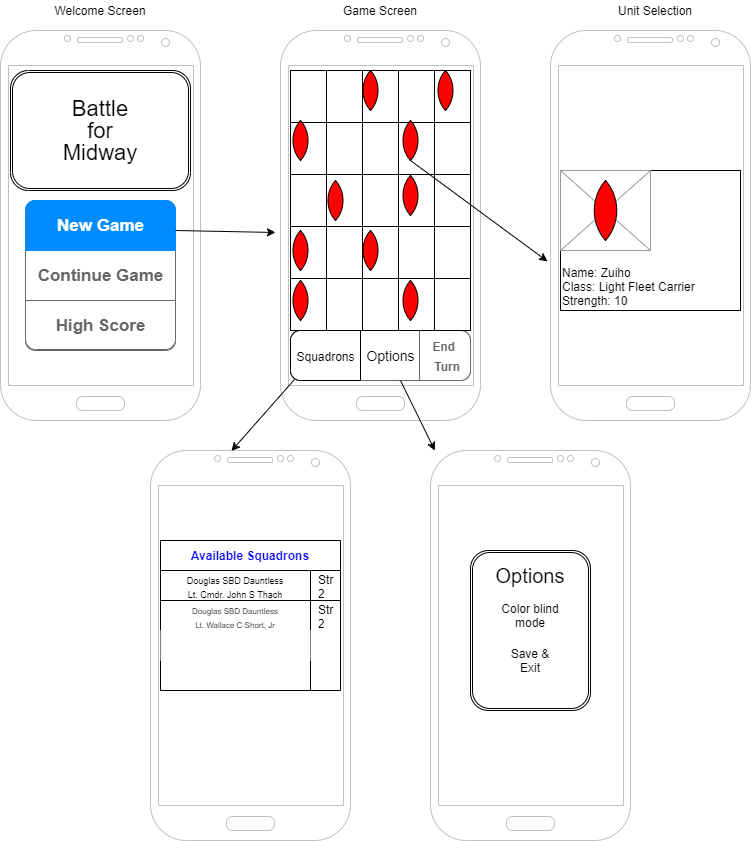
Before: docs/img/proposalPng.png, a diagram exported from draw.io (rfrech/battle-for-midway). Source tidied: cells renumbered, new cells last; positions are measured from the earlier drawing's top-left corner, leaving out a move shared by most shapes. Source of this version:
```xml
<mxGraphModel>
  <root>
    <mxCell id="0" />
    <mxCell id="1" parent="0" />
    <mxCell id="2" style="verticalLabelPosition=bottom;verticalAlign=top;html=1;shadow=0;dashed=0;strokeWidth=1;shape=mxgraph.android.phone2;strokeColor=#c0c0c0;" parent="1" vertex="1">
      <mxGeometry x="280" y="30" width="200" height="390" as="geometry" />
    </mxCell>
    <mxCell id="3" style="strokeWidth=1;shadow=0;dashed=0;align=center;html=1;shape=mxgraph.mockup.rrect;rSize=10;fillColor=#ffffff;strokeColor=#666666;" parent="1" vertex="1">
      <mxGeometry x="290" y="330" width="180" height="50" as="geometry" />
    </mxCell>
    <mxCell id="4" value="&lt;font style=&quot;font-size: 14px ; font-weight: normal&quot; color=&quot;#000000&quot;&gt;Options&lt;/font&gt;" style="strokeColor=inherit;fillColor=inherit;gradientColor=inherit;strokeWidth=1;shadow=0;dashed=0;align=center;html=1;shape=mxgraph.mockup.rrect;rSize=0;fontSize=17;fontColor=#666666;fontStyle=1;" parent="3" vertex="1">
      <mxGeometry width="60" height="50" relative="1" as="geometry">
        <mxPoint x="70" as="offset" />
      </mxGeometry>
    </mxCell>
    <mxCell id="5" value="&lt;font style=&quot;font-size: 12px&quot;&gt;End&amp;nbsp;&lt;br&gt;&amp;nbsp;Turn&lt;/font&gt;" style="strokeColor=inherit;fillColor=inherit;gradientColor=inherit;strokeWidth=1;shadow=0;dashed=0;align=center;html=1;shape=mxgraph.mockup.rightButton;rSize=10;fontSize=17;fontColor=#666666;fontStyle=1;" parent="3" vertex="1">
      <mxGeometry x="1" width="51" height="50" relative="1" as="geometry">
        <mxPoint x="-51" as="offset" />
      </mxGeometry>
    </mxCell>
    <mxCell id="6" value="&lt;font style=&quot;font-size: 12px ; font-weight: normal&quot;&gt;Squadrons&lt;/font&gt;" style="strokeWidth=1;shadow=0;dashed=0;align=center;html=1;shape=mxgraph.mockup.leftButton;rSize=10;fontSize=17;fontStyle=1;" parent="3" vertex="1">
      <mxGeometry width="70" height="50" relative="1" as="geometry" />
    </mxCell>
    <mxCell id="7" style="endArrow=classic;html=1;" parent="3" edge="1" target="54">
      <mxGeometry relative="1" as="geometry">
        <mxPoint x="110" y="50" as="sourcePoint" />
      </mxGeometry>
    </mxCell>
    <mxCell id="8" value="&lt;font style=&quot;font-size: 12px&quot;&gt;Name: Zuiho&lt;br&gt;Class: Light Fleet Carrier&lt;br&gt;Strength: 10&lt;/font&gt;" style="whiteSpace=wrap;html=1;align=left;fontFamily=Helvetica;verticalAlign=bottom;" parent="1" vertex="1">
      <mxGeometry x="560" y="170" width="180" height="140" as="geometry" />
    </mxCell>
    <mxCell id="9" style="verticalLabelPosition=bottom;shadow=0;dashed=0;align=center;html=1;verticalAlign=top;strokeWidth=1;shape=mxgraph.mockup.graphics.simpleIcon;strokeColor=#999999;" parent="1" vertex="1">
      <mxGeometry x="560" y="170" width="90" height="80" as="geometry" />
    </mxCell>
    <mxCell id="10" style="verticalLabelPosition=bottom;verticalAlign=top;html=1;shadow=0;dashed=0;strokeWidth=1;shape=mxgraph.android.phone2;strokeColor=#c0c0c0;" parent="1" vertex="1">
      <mxGeometry x="550" y="30" width="200" height="390" as="geometry" />
    </mxCell>
    <mxCell id="11" style="verticalLabelPosition=bottom;verticalAlign=top;html=1;shadow=0;dashed=0;strokeWidth=1;shape=mxgraph.android.phone2;strokeColor=#c0c0c0;" parent="1" vertex="1">
      <mxGeometry y="30" width="200" height="390" as="geometry" />
    </mxCell>
    <mxCell id="12" style="strokeWidth=1;shadow=0;dashed=0;align=center;html=1;shape=mxgraph.mockup.rrect;rSize=10;strokeColor=#666666;" parent="1" vertex="1">
      <mxGeometry x="25" y="200" width="150" height="150" as="geometry" />
    </mxCell>
    <mxCell id="13" value="Continue Game" style="strokeColor=inherit;fillColor=inherit;gradientColor=inherit;strokeWidth=1;shadow=0;dashed=0;align=center;html=1;shape=mxgraph.mockup.rrect;rSize=0;fontSize=17;fontColor=#666666;fontStyle=1;" parent="12" vertex="1">
      <mxGeometry width="150" height="50" relative="1" as="geometry">
        <mxPoint y="50" as="offset" />
      </mxGeometry>
    </mxCell>
    <mxCell id="14" value="High Score" style="strokeColor=inherit;fillColor=inherit;gradientColor=inherit;strokeWidth=1;shadow=0;dashed=0;align=center;html=1;shape=mxgraph.mockup.bottomButton;rSize=10;fontSize=17;fontColor=#666666;fontStyle=1;" parent="12" vertex="1">
      <mxGeometry y="1" width="150" height="49" relative="1" as="geometry">
        <mxPoint y="-50" as="offset" />
      </mxGeometry>
    </mxCell>
    <mxCell id="15" value="New Game" style="strokeWidth=1;shadow=0;dashed=0;align=center;html=1;shape=mxgraph.mockup.topButton;rSize=10;fontSize=17;fontColor=#ffffff;fontStyle=1;fillColor=#008cff;strokeColor=#008cff;" parent="12" vertex="1">
      <mxGeometry width="150" height="50" relative="1" as="geometry" />
    </mxCell>
    <mxCell id="16" value="&lt;p style=&quot;line-height: 100% ; font-size: 22px&quot;&gt;Battle&lt;br&gt;for&lt;br&gt;Midway&lt;/p&gt;" style="shape=ext;double=1;rounded=1;whiteSpace=wrap;html=1;direction=south;" parent="1" vertex="1">
      <mxGeometry x="10" y="70" width="180" height="120" as="geometry" />
    </mxCell>
    <mxCell id="17" style="shape=table;html=1;whiteSpace=wrap;startSize=0;" parent="1" vertex="1">
      <mxGeometry x="290" y="70" width="180" height="260" as="geometry" />
    </mxCell>
    <mxCell id="18" style="shape=partialRectangle;html=1;whiteSpace=wrap;fillColor=none;top=0;left=0;bottom=0;right=0;" parent="17" vertex="1">
      <mxGeometry width="180" height="52" as="geometry" />
    </mxCell>
    <mxCell id="19" style="shape=partialRectangle;html=1;whiteSpace=wrap;overflow=hidden;fillColor=none;top=0;left=0;bottom=0;right=0;" parent="18" vertex="1">
      <mxGeometry width="36" height="52" as="geometry" />
    </mxCell>
    <mxCell id="20" style="shape=partialRectangle;html=1;whiteSpace=wrap;overflow=hidden;fillColor=none;top=0;left=0;bottom=0;right=0;" parent="18" vertex="1">
      <mxGeometry x="36" width="36" height="52" as="geometry" />
    </mxCell>
    <mxCell id="21" style="shape=partialRectangle;html=1;whiteSpace=wrap;overflow=hidden;fillColor=none;top=0;left=0;bottom=0;right=0;" parent="18" vertex="1">
      <mxGeometry x="72" width="36" height="52" as="geometry" />
    </mxCell>
    <mxCell id="22" style="shape=partialRectangle;html=1;whiteSpace=wrap;overflow=hidden;fillColor=none;top=0;left=0;bottom=0;right=0;" parent="18" vertex="1">
      <mxGeometry x="108" width="36" height="52" as="geometry" />
    </mxCell>
    <mxCell id="23" style="shape=partialRectangle;html=1;whiteSpace=wrap;overflow=hidden;fillColor=none;top=0;left=0;bottom=0;right=0;" parent="18" vertex="1">
      <mxGeometry x="144" width="36" height="52" as="geometry" />
    </mxCell>
    <mxCell id="24" style="shape=partialRectangle;html=1;whiteSpace=wrap;fillColor=none;top=0;left=0;bottom=0;right=0;" parent="17" vertex="1">
      <mxGeometry y="52" width="180" height="52" as="geometry" />
    </mxCell>
    <mxCell id="25" style="shape=partialRectangle;html=1;whiteSpace=wrap;overflow=hidden;fillColor=none;top=0;left=0;bottom=0;right=0;" parent="24" vertex="1">
      <mxGeometry width="36" height="52" as="geometry" />
    </mxCell>
    <mxCell id="26" style="shape=partialRectangle;html=1;whiteSpace=wrap;overflow=hidden;fillColor=none;top=0;left=0;bottom=0;right=0;" parent="24" vertex="1">
      <mxGeometry x="36" width="36" height="52" as="geometry" />
    </mxCell>
    <mxCell id="27" style="shape=partialRectangle;html=1;whiteSpace=wrap;overflow=hidden;fillColor=none;top=0;left=0;bottom=0;right=0;" parent="24" vertex="1">
      <mxGeometry x="72" width="36" height="52" as="geometry" />
    </mxCell>
    <mxCell id="28" style="shape=partialRectangle;html=1;whiteSpace=wrap;overflow=hidden;fillColor=none;top=0;left=0;bottom=0;right=0;" parent="24" vertex="1">
      <mxGeometry x="108" width="36" height="52" as="geometry" />
    </mxCell>
    <mxCell id="29" style="shape=partialRectangle;html=1;whiteSpace=wrap;overflow=hidden;fillColor=none;top=0;left=0;bottom=0;right=0;" parent="24" vertex="1">
      <mxGeometry x="144" width="36" height="52" as="geometry" />
    </mxCell>
    <mxCell id="30" style="shape=partialRectangle;html=1;whiteSpace=wrap;fillColor=none;top=0;left=0;bottom=0;right=0;" parent="17" vertex="1">
      <mxGeometry y="104" width="180" height="52" as="geometry" />
    </mxCell>
    <mxCell id="31" style="shape=partialRectangle;html=1;whiteSpace=wrap;overflow=hidden;fillColor=none;top=0;left=0;bottom=0;right=0;" parent="30" vertex="1">
      <mxGeometry width="36" height="52" as="geometry" />
    </mxCell>
    <mxCell id="32" style="shape=partialRectangle;html=1;whiteSpace=wrap;overflow=hidden;fillColor=none;top=0;left=0;bottom=0;right=0;" parent="30" vertex="1">
      <mxGeometry x="36" width="36" height="52" as="geometry" />
    </mxCell>
    <mxCell id="33" style="shape=partialRectangle;html=1;whiteSpace=wrap;overflow=hidden;fillColor=none;top=0;left=0;bottom=0;right=0;" parent="30" vertex="1">
      <mxGeometry x="72" width="36" height="52" as="geometry" />
    </mxCell>
    <mxCell id="34" style="shape=partialRectangle;html=1;whiteSpace=wrap;overflow=hidden;fillColor=none;top=0;left=0;bottom=0;right=0;" parent="30" vertex="1">
      <mxGeometry x="108" width="36" height="52" as="geometry" />
    </mxCell>
    <mxCell id="35" style="shape=partialRectangle;html=1;whiteSpace=wrap;overflow=hidden;fillColor=none;top=0;left=0;bottom=0;right=0;" parent="30" vertex="1">
      <mxGeometry x="144" width="36" height="52" as="geometry" />
    </mxCell>
    <mxCell id="36" style="shape=partialRectangle;html=1;whiteSpace=wrap;fillColor=none;top=0;left=0;bottom=0;right=0;" parent="17" vertex="1">
      <mxGeometry y="156" width="180" height="52" as="geometry" />
    </mxCell>
    <mxCell id="37" style="shape=partialRectangle;html=1;whiteSpace=wrap;overflow=hidden;fillColor=none;top=0;left=0;bottom=0;right=0;" parent="36" vertex="1">
      <mxGeometry width="36" height="52" as="geometry" />
    </mxCell>
    <mxCell id="38" style="shape=partialRectangle;html=1;whiteSpace=wrap;overflow=hidden;fillColor=none;top=0;left=0;bottom=0;right=0;" parent="36" vertex="1">
      <mxGeometry x="36" width="36" height="52" as="geometry" />
    </mxCell>
    <mxCell id="39" style="shape=partialRectangle;html=1;whiteSpace=wrap;overflow=hidden;fillColor=none;top=0;left=0;bottom=0;right=0;" parent="36" vertex="1">
      <mxGeometry x="72" width="36" height="52" as="geometry" />
    </mxCell>
    <mxCell id="40" style="shape=partialRectangle;html=1;whiteSpace=wrap;overflow=hidden;fillColor=none;top=0;left=0;bottom=0;right=0;" parent="36" vertex="1">
      <mxGeometry x="108" width="36" height="52" as="geometry" />
    </mxCell>
    <mxCell id="41" style="shape=partialRectangle;html=1;whiteSpace=wrap;overflow=hidden;fillColor=none;top=0;left=0;bottom=0;right=0;" parent="36" vertex="1">
      <mxGeometry x="144" width="36" height="52" as="geometry" />
    </mxCell>
    <mxCell id="42" style="shape=partialRectangle;html=1;whiteSpace=wrap;fillColor=none;top=0;left=0;bottom=0;right=0;" parent="17" vertex="1">
      <mxGeometry y="208" width="180" height="52" as="geometry" />
    </mxCell>
    <mxCell id="43" style="shape=partialRectangle;html=1;whiteSpace=wrap;overflow=hidden;fillColor=none;top=0;left=0;bottom=0;right=0;" parent="42" vertex="1">
      <mxGeometry width="36" height="52" as="geometry" />
    </mxCell>
    <mxCell id="44" style="shape=partialRectangle;html=1;whiteSpace=wrap;overflow=hidden;fillColor=none;top=0;left=0;bottom=0;right=0;" parent="42" vertex="1">
      <mxGeometry x="36" width="36" height="52" as="geometry" />
    </mxCell>
    <mxCell id="45" style="shape=partialRectangle;html=1;whiteSpace=wrap;overflow=hidden;fillColor=none;top=0;left=0;bottom=0;right=0;" parent="42" vertex="1">
      <mxGeometry x="72" width="36" height="52" as="geometry" />
    </mxCell>
    <mxCell id="46" style="shape=partialRectangle;html=1;whiteSpace=wrap;overflow=hidden;fillColor=none;top=0;left=0;bottom=0;right=0;" parent="42" vertex="1">
      <mxGeometry x="108" width="36" height="52" as="geometry" />
    </mxCell>
    <mxCell id="47" style="shape=partialRectangle;html=1;whiteSpace=wrap;overflow=hidden;fillColor=none;top=0;left=0;bottom=0;right=0;" parent="42" vertex="1">
      <mxGeometry x="144" width="36" height="52" as="geometry" />
    </mxCell>
    <mxCell id="48" style="endArrow=classic;html=1;" parent="1" edge="1">
      <mxGeometry relative="1" as="geometry">
        <mxPoint x="175" y="230" as="sourcePoint" />
        <mxPoint x="275" y="232" as="targetPoint" />
      </mxGeometry>
    </mxCell>
    <mxCell id="49" value="Welcome Screen" style="text;html=1;strokeColor=none;fillColor=none;align=center;verticalAlign=middle;whiteSpace=wrap;rounded=0;" parent="1" vertex="1">
      <mxGeometry x="50" width="100" height="20" as="geometry" />
    </mxCell>
    <mxCell id="50" value="Game Screen" style="text;html=1;strokeColor=none;fillColor=none;align=center;verticalAlign=middle;whiteSpace=wrap;rounded=0;" parent="1" vertex="1">
      <mxGeometry x="325" width="110" height="20" as="geometry" />
    </mxCell>
    <mxCell id="51" value="Unit Selection" style="text;html=1;strokeColor=none;fillColor=none;align=center;verticalAlign=middle;whiteSpace=wrap;rounded=0;" parent="1" vertex="1">
      <mxGeometry x="600" width="110" height="20" as="geometry" />
    </mxCell>
    <mxCell id="52" style="endArrow=classic;html=1;entryX=-0.015;entryY=0.592;entryDx=0;entryDy=0;entryPerimeter=0;" parent="1" edge="1" target="10">
      <mxGeometry relative="1" as="geometry">
        <mxPoint x="410" y="160" as="sourcePoint" />
      </mxGeometry>
    </mxCell>
    <mxCell id="53" style="verticalLabelPosition=bottom;verticalAlign=top;html=1;shadow=0;dashed=0;strokeWidth=1;shape=mxgraph.android.phone2;strokeColor=#c0c0c0;" parent="1" vertex="1">
      <mxGeometry x="150" y="450" width="200" height="390" as="geometry" />
    </mxCell>
    <mxCell id="54" style="verticalLabelPosition=bottom;verticalAlign=top;html=1;shadow=0;dashed=0;strokeWidth=1;shape=mxgraph.android.phone2;strokeColor=#c0c0c0;" parent="1" vertex="1">
      <mxGeometry x="430" y="450" width="200" height="390" as="geometry" />
    </mxCell>
    <mxCell id="55" style="whiteSpace=wrap;html=1;shape=mxgraph.basic.pointed_oval;labelBackgroundColor=#ffffff;fillColor=#FF0000;" parent="1" vertex="1">
      <mxGeometry x="400" y="120" width="20" height="40" as="geometry" />
    </mxCell>
    <mxCell id="56" style="whiteSpace=wrap;html=1;shape=mxgraph.basic.pointed_oval;labelBackgroundColor=#ffffff;fillColor=#FF0000;" parent="1" vertex="1">
      <mxGeometry x="435" y="70" width="20" height="40" as="geometry" />
    </mxCell>
    <mxCell id="57" style="whiteSpace=wrap;html=1;shape=mxgraph.basic.pointed_oval;labelBackgroundColor=#ffffff;fillColor=#FF0000;" parent="1" vertex="1">
      <mxGeometry x="400" y="175" width="20" height="40" as="geometry" />
    </mxCell>
    <mxCell id="58" style="whiteSpace=wrap;html=1;shape=mxgraph.basic.pointed_oval;labelBackgroundColor=#ffffff;fillColor=#FF0000;" parent="1" vertex="1">
      <mxGeometry x="400" y="280" width="20" height="40" as="geometry" />
    </mxCell>
    <mxCell id="59" style="whiteSpace=wrap;html=1;shape=mxgraph.basic.pointed_oval;labelBackgroundColor=#ffffff;fillColor=#FF0000;" parent="1" vertex="1">
      <mxGeometry x="325" y="180" width="20" height="40" as="geometry" />
    </mxCell>
    <mxCell id="60" style="whiteSpace=wrap;html=1;shape=mxgraph.basic.pointed_oval;labelBackgroundColor=#ffffff;fillColor=#FF0000;" parent="1" vertex="1">
      <mxGeometry x="360" y="230" width="20" height="40" as="geometry" />
    </mxCell>
    <mxCell id="61" style="whiteSpace=wrap;html=1;shape=mxgraph.basic.pointed_oval;labelBackgroundColor=#ffffff;fillColor=#FF0000;" parent="1" vertex="1">
      <mxGeometry x="360" y="70" width="20" height="40" as="geometry" />
    </mxCell>
    <mxCell id="62" style="whiteSpace=wrap;html=1;shape=mxgraph.basic.pointed_oval;labelBackgroundColor=#ffffff;fillColor=#FF0000;" parent="1" vertex="1">
      <mxGeometry x="290" y="280" width="20" height="40" as="geometry" />
    </mxCell>
    <mxCell id="63" style="whiteSpace=wrap;html=1;shape=mxgraph.basic.pointed_oval;labelBackgroundColor=#ffffff;fillColor=#FF0000;" parent="1" vertex="1">
      <mxGeometry x="290" y="120" width="20" height="40" as="geometry" />
    </mxCell>
    <mxCell id="64" style="whiteSpace=wrap;html=1;shape=mxgraph.basic.pointed_oval;labelBackgroundColor=#ffffff;fillColor=#FF0000;" parent="1" vertex="1">
      <mxGeometry x="290" y="230" width="20" height="40" as="geometry" />
    </mxCell>
    <mxCell id="65" style="whiteSpace=wrap;html=1;shape=mxgraph.basic.pointed_oval;labelBackgroundColor=#ffffff;fillColor=#FF0000;" parent="1" vertex="1">
      <mxGeometry x="590" y="180" width="30" height="60" as="geometry" />
    </mxCell>
    <mxCell id="66" style="endArrow=classic;html=1;entryX=0.405;entryY=0.001;entryDx=0;entryDy=0;entryPerimeter=0;exitX=0.057;exitY=0.98;exitDx=0;exitDy=0;exitPerimeter=0;" parent="1" edge="1" source="6" target="53">
      <mxGeometry relative="1" as="geometry" />
    </mxCell>
    <mxCell id="67" style="shape=ext;double=1;rounded=1;whiteSpace=wrap;html=1;labelBackgroundColor=#FFFFFF;strokeColor=#000000;fillColor=#FFFFFF;" parent="1" vertex="1">
      <mxGeometry x="470" y="550" width="120" height="160" as="geometry" />
    </mxCell>
    <mxCell id="68" value="&lt;font color=&quot;#0000ff&quot;&gt;Available Squadrons&lt;/font&gt;" style="shape=table;html=1;whiteSpace=wrap;startSize=30;rowLines=0;fontStyle=1;align=center;labelBackgroundColor=#FFFFFF;fillColor=#FFFFFF;" parent="1" vertex="1">
      <mxGeometry x="160" y="540" width="180" height="150" as="geometry" />
    </mxCell>
    <mxCell id="69" style="shape=partialRectangle;html=1;whiteSpace=wrap;fillColor=none;top=0;left=0;bottom=1;right=0;" parent="68" vertex="1">
      <mxGeometry y="30" width="180" height="30" as="geometry" />
    </mxCell>
    <mxCell id="70" value="&lt;font style=&quot;font-size: 9px&quot;&gt;Douglas SBD Dauntless&lt;br&gt;Lt. Cmdr. John S Thach&lt;br&gt;&lt;/font&gt;" style="shape=partialRectangle;html=1;whiteSpace=wrap;fillColor=none;top=0;left=0;bottom=0;right=0;overflow=hidden;" parent="69" vertex="1">
      <mxGeometry width="150" height="30" as="geometry" />
    </mxCell>
    <mxCell id="71" value="Str 2" style="shape=partialRectangle;html=1;whiteSpace=wrap;fillColor=none;top=0;left=0;bottom=0;right=0;align=left;spacingLeft=6;overflow=hidden;" parent="69" vertex="1">
      <mxGeometry x="150" width="30" height="30" as="geometry" />
    </mxCell>
    <mxCell id="72" style="shape=partialRectangle;html=1;whiteSpace=wrap;fillColor=none;top=0;left=0;bottom=0;right=0;" parent="68" vertex="1">
      <mxGeometry y="60" width="180" height="30" as="geometry" />
    </mxCell>
    <mxCell id="73" value="&lt;font style=&quot;font-size: 8px&quot;&gt;Douglas SBD Dauntless&lt;br&gt;Lt. Wallace C Short, Jr&lt;br&gt;&lt;/font&gt;" style="shape=partialRectangle;html=1;whiteSpace=wrap;fillColor=none;top=0;left=0;bottom=0;right=0;overflow=hidden;" parent="72" vertex="1">
      <mxGeometry width="150" height="30" as="geometry" />
    </mxCell>
    <mxCell id="74" value="Str 2" style="shape=partialRectangle;html=1;whiteSpace=wrap;fillColor=none;top=0;left=0;bottom=0;right=0;align=left;spacingLeft=6;overflow=hidden;" parent="72" vertex="1">
      <mxGeometry x="150" width="30" height="30" as="geometry" />
    </mxCell>
    <mxCell id="75" style="shape=partialRectangle;html=1;whiteSpace=wrap;fillColor=none;top=0;left=0;bottom=0;right=0;" parent="68" vertex="1">
      <mxGeometry y="90" width="180" height="30" as="geometry" />
    </mxCell>
    <mxCell id="76" style="shape=partialRectangle;html=1;whiteSpace=wrap;top=0;left=0;bottom=0;right=0;overflow=hidden;" parent="75" vertex="1">
      <mxGeometry width="150" height="30" as="geometry" />
    </mxCell>
    <mxCell id="77" style="shape=partialRectangle;html=1;whiteSpace=wrap;fillColor=none;top=0;left=0;bottom=0;right=0;align=left;spacingLeft=6;overflow=hidden;" parent="75" vertex="1">
      <mxGeometry x="150" width="30" height="30" as="geometry" />
    </mxCell>
    <mxCell id="78" value="&lt;font style=&quot;font-size: 20px&quot;&gt;Options&lt;/font&gt;" style="text;html=1;strokeColor=none;fillColor=none;align=center;verticalAlign=middle;whiteSpace=wrap;rounded=0;labelBackgroundColor=#FFFFFF;" parent="1" vertex="1">
      <mxGeometry x="495" y="550" width="70" height="50" as="geometry" />
    </mxCell>
    <mxCell id="79" value="Color blind mode" style="text;html=1;strokeColor=none;fillColor=none;align=center;verticalAlign=middle;whiteSpace=wrap;rounded=0;labelBackgroundColor=#FFFFFF;" parent="1" vertex="1">
      <mxGeometry x="490" y="600" width="80" height="30" as="geometry" />
    </mxCell>
    <mxCell id="80" value="Save &amp;amp; Exit" style="text;html=1;strokeColor=none;fillColor=none;align=center;verticalAlign=middle;whiteSpace=wrap;rounded=0;labelBackgroundColor=#FFFFFF;" parent="1" vertex="1">
      <mxGeometry x="500" y="650" width="60" height="20" as="geometry" />
    </mxCell>
    <mxCell id="81" style="edgeStyle=orthogonalEdgeStyle;rounded=0;orthogonalLoop=1;jettySize=auto;html=1;exitX=0.5;exitY=1;exitDx=0;exitDy=0;" parent="1" edge="1" source="80" target="80">
      <mxGeometry relative="1" as="geometry" />
    </mxCell>
  </root>
</mxGraphModel>
```
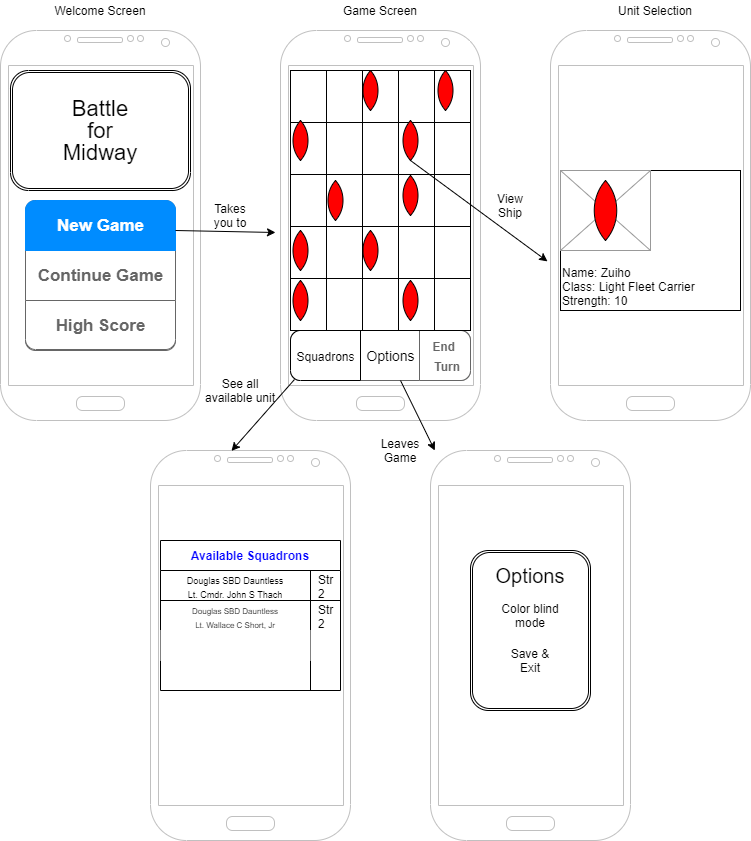
Later version of the same file.

Diff of the diagram source:
```diff
@@ -257,5 +257,17 @@
     <mxCell id="81" style="edgeStyle=orthogonalEdgeStyle;rounded=0;orthogonalLoop=1;jettySize=auto;html=1;exitX=0.5;exitY=1;exitDx=0;exitDy=0;" parent="1" edge="1" source="80" target="80">
       <mxGeometry relative="1" as="geometry" />
     </mxCell>
+    <mxCell id="82" value="View&lt;br&gt;Ship" style="text;html=1;strokeColor=none;fillColor=none;align=center;verticalAlign=middle;whiteSpace=wrap;rounded=0;" parent="1" vertex="1">
+      <mxGeometry x="480" y="185" width="60" height="40" as="geometry" />
+    </mxCell>
+    <mxCell id="83" value="Takes you to" style="text;html=1;strokeColor=none;fillColor=none;align=center;verticalAlign=middle;whiteSpace=wrap;rounded=0;" parent="1" vertex="1">
+      <mxGeometry x="210" y="205" width="40" height="20" as="geometry" />
+    </mxCell>
+    <mxCell id="84" value="See all available unit" style="text;html=1;strokeColor=none;fillColor=none;align=center;verticalAlign=middle;whiteSpace=wrap;rounded=0;" parent="1" vertex="1">
+      <mxGeometry x="200" y="370" width="80" height="40" as="geometry" />
+    </mxCell>
+    <mxCell id="85" value="Leaves&lt;br&gt;Game" style="text;html=1;strokeColor=none;fillColor=none;align=center;verticalAlign=middle;whiteSpace=wrap;rounded=0;" parent="1" vertex="1">
+      <mxGeometry x="365" y="430" width="70" height="40" as="geometry" />
+    </mxCell>
   </root>
 </mxGraphModel>
```
